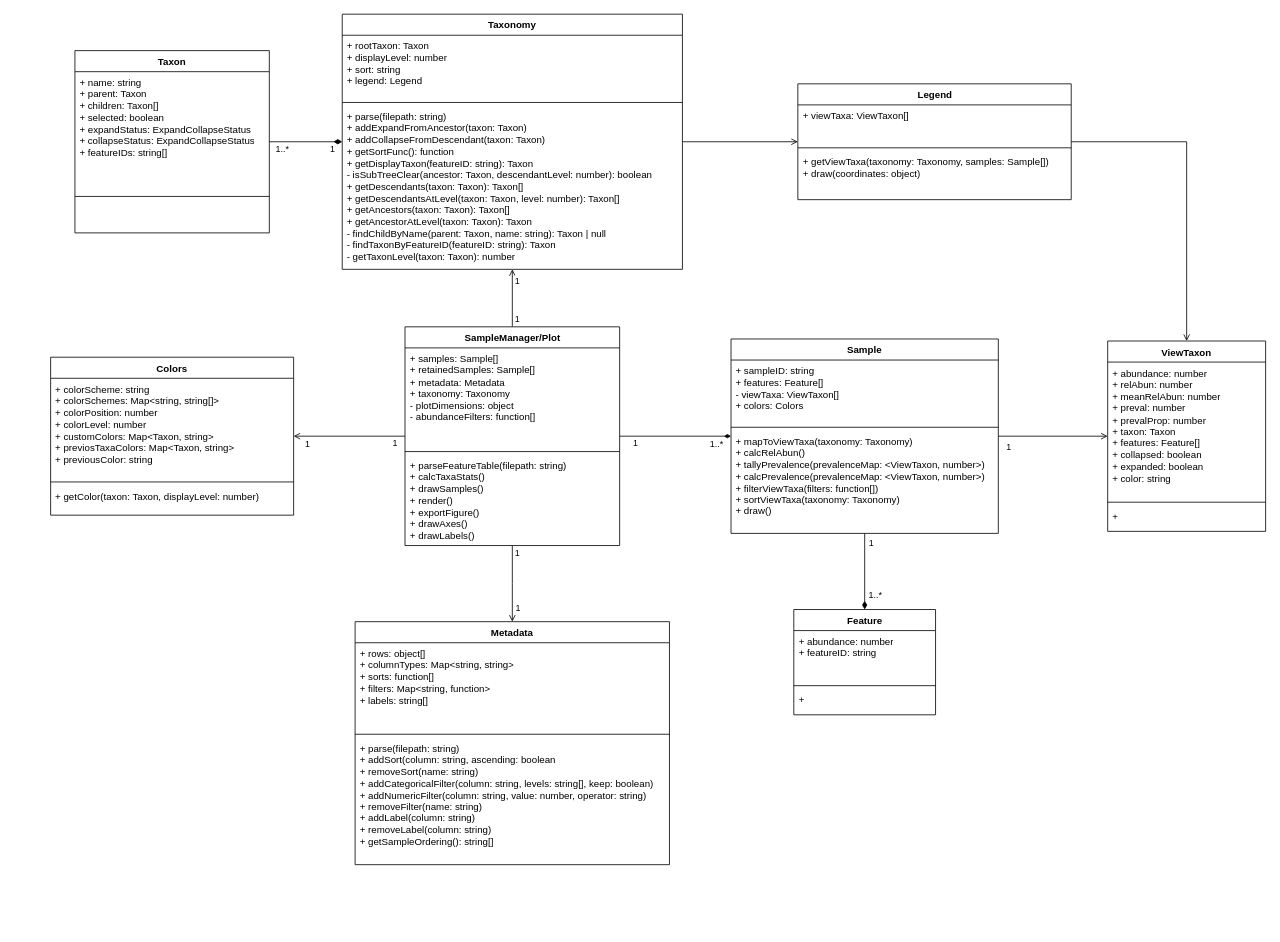
colinvwood/taxa-barplot keeps this draw.io diagram as docs/TaxaBarplotClasses.drawio. Above is the earlier version. Source tidied: cells renumbered, new cells numbered last; positions are measured from the earlier drawing's top-left corner, leaving out a move shared by most shapes. Both pictures are drawn from the tidied source at 81%, with x=0, y=0 at pixel (50, 14).
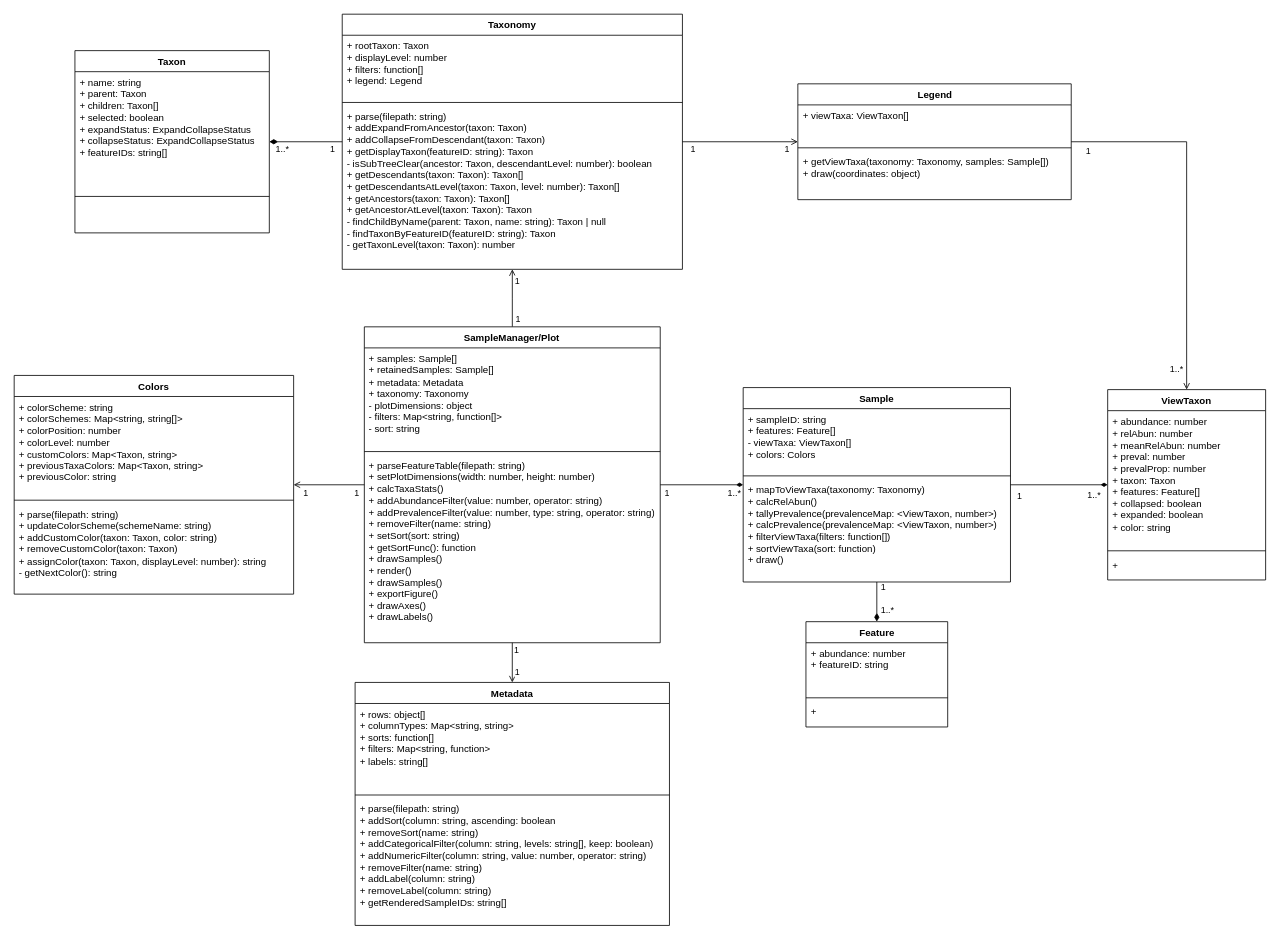
The same diagram, later.

Commit message:
view taxa filters and sorts in SampleManager, various renamings

The change refers to these unchanged cells:
```xml
<mxCell id="2" value="Taxon" style="swimlane;fontStyle=1;align=center;verticalAlign=top;horizontal=1;startSize=26;whiteSpace=wrap;html=1;" parent="1" vertex="1">
  <mxGeometry x="30" y="45" width="240" height="225" as="geometry" />
</mxCell>
<mxCell id="8" style="edgeStyle=orthogonalEdgeStyle;rounded=0;jettySize=auto;html=1;endArrow=open;endFill=0;" parent="1" edge="1" source="9" target="51">
  <mxGeometry relative="1" as="geometry" />
</mxCell>
<mxCell id="9" value="Taxonomy" style="swimlane;fontStyle=1;align=center;verticalAlign=top;horizontal=1;startSize=26;whiteSpace=wrap;html=1;" parent="1" vertex="1">
  <mxGeometry x="360" width="420" height="315" as="geometry" />
</mxCell>
<mxCell id="13" style="edgeStyle=orthogonalEdgeStyle;rounded=0;jettySize=auto;html=1;endArrow=diamondThin;endFill=1;startFill=0;startArrow=none;" parent="1" edge="1" source="25" target="34">
  <mxGeometry relative="1" as="geometry" />
</mxCell>
<mxCell id="16" style="edgeStyle=orthogonalEdgeStyle;rounded=0;jettySize=auto;html=1;endArrow=open;endFill=0;" parent="1" edge="1" source="25" target="9">
  <mxGeometry relative="1" as="geometry" />
</mxCell>
<mxCell id="19" style="edgeStyle=orthogonalEdgeStyle;rounded=0;jettySize=auto;html=1;endArrow=open;endFill=0;" parent="1" edge="1" source="25" target="46">
  <mxGeometry relative="1" as="geometry" />
</mxCell>
<mxCell id="22" style="edgeStyle=orthogonalEdgeStyle;rounded=0;jettySize=auto;html=1;endArrow=open;endFill=0;" parent="1" edge="1" source="25" target="55">
  <mxGeometry relative="1" as="geometry" />
</mxCell>
<mxCell id="50" style="edgeStyle=orthogonalEdgeStyle;rounded=0;jettySize=auto;html=1;endArrow=open;endFill=0;" parent="1" edge="1" source="51" target="42">
  <mxGeometry relative="1" as="geometry" />
</mxCell>
```

Change to the diagram source:
```diff
@@
-    <mxCell id="5" style="edgeStyle=orthogonalEdgeStyle;rounded=0;jettySize=auto;html=1;startArrow=diamondThin;startFill=1;endArrow=none;endSize=8;startSize=8;" parent="1" edge="1" source="9" target="2">
+    <mxCell id="5" style="edgeStyle=orthogonalEdgeStyle;rounded=0;jettySize=auto;html=1;startArrow=none;startFill=0;endArrow=diamondThin;endSize=8;startSize=8;endFill=1;" parent="1" edge="1" source="9" target="2">
       <mxGeometry relative="1" as="geometry" />
     </mxCell>
@@
+    <mxCell id="59" value="1" style="edgeLabel;html=1;align=center;verticalAlign=middle;" parent="8" vertex="1">
+      <mxGeometry x="-0.83" relative="1" as="geometry">
+        <mxPoint y="9" as="offset" />
+      </mxGeometry>
+    </mxCell>
+    <mxCell id="60" value="1" style="edgeLabel;html=1;align=center;verticalAlign=middle;" parent="8" vertex="1">
+      <mxGeometry x="0.79" y="1" relative="1" as="geometry">
+        <mxPoint y="10" as="offset" />
+      </mxGeometry>
+    </mxCell>
@@
-    <mxCell id="10" value="&lt;div&gt;+ rootTaxon: Taxon&lt;/div&gt;+ displayLevel: number&lt;div&gt;+ sort: string&lt;/div&gt;&lt;div&gt;+ legend: Legend&lt;/div&gt;" style="text;strokeColor=none;fillColor=none;align=left;verticalAlign=top;spacingLeft=4;spacingRight=4;overflow=hidden;whiteSpace=wrap;html=1;" parent="9" vertex="1">
+    <mxCell id="10" value="&lt;div&gt;+ rootTaxon: Taxon&lt;/div&gt;+ displayLevel: number&lt;div&gt;+ filters: function[]&lt;/div&gt;&lt;div&gt;+ legend: Legend&lt;/div&gt;" style="text;strokeColor=none;fillColor=none;align=left;verticalAlign=top;spacingLeft=4;spacingRight=4;overflow=hidden;whiteSpace=wrap;html=1;" parent="9" vertex="1">
       <mxGeometry y="26" width="420" height="79" as="geometry" />
     </mxCell>
@@
-    <mxCell id="12" value="&lt;div&gt;+ parse(filepath: string)&lt;/div&gt;+ addExpandFromAncestor(taxon: Taxon)&lt;div&gt;+ addCollapseFromDescendant(taxon: Taxon)&lt;/div&gt;&lt;div&gt;+ getSortFunc(): function&lt;/div&gt;&lt;div&gt;+ getDisplayTaxon(featureID: string): Taxon&lt;/div&gt;&lt;div&gt;- isSubTreeClear(ancestor: Taxon, descendantLevel: number): boolean&lt;/div&gt;&lt;div&gt;+ getDescendants(taxon: Taxon): Taxon[]&lt;/div&gt;&lt;div&gt;+ getDescendantsAtLevel(taxon: Taxon, level: number): Taxon[]&lt;/div&gt;&lt;div&gt;+ getAncestors(taxon: Taxon): Taxon[]&lt;/div&gt;&lt;div&gt;+ getAncestorAtLevel(taxon: Taxon): Taxon&lt;/div&gt;&lt;div&gt;- findChildByName(parent: Taxon, name: string): Taxon | null&lt;/div&gt;&lt;div&gt;- findTaxonByFeatureID(featureID: string): Taxon&lt;/div&gt;&lt;div&gt;- getTaxonLevel(taxon: Taxon): number&lt;/div&gt;&lt;div&gt;&lt;br&gt;&lt;/div&gt;" style="text;strokeColor=none;fillColor=none;align=left;verticalAlign=top;spacingLeft=4;spacingRight=4;overflow=hidden;whiteSpace=wrap;html=1;" parent="9" vertex="1">
+    <mxCell id="12" value="&lt;div&gt;+ parse(filepath: string)&lt;/div&gt;+ addExpandFromAncestor(taxon: Taxon)&lt;div&gt;+ addCollapseFromDescendant(taxon: Taxon)&lt;/div&gt;&lt;div&gt;+ getDisplayTaxon(featureID: string): Taxon&lt;/div&gt;&lt;div&gt;- isSubTreeClear(ancestor: Taxon, descendantLevel: number): boolean&lt;/div&gt;&lt;div&gt;+ getDescendants(taxon: Taxon): Taxon[]&lt;/div&gt;&lt;div&gt;+ getDescendantsAtLevel(taxon: Taxon, level: number): Taxon[]&lt;/div&gt;&lt;div&gt;+ getAncestors(taxon: Taxon): Taxon[]&lt;/div&gt;&lt;div&gt;+ getAncestorAtLevel(taxon: Taxon): Taxon&lt;/div&gt;&lt;div&gt;- findChildByName(parent: Taxon, name: string): Taxon | null&lt;/div&gt;&lt;div&gt;- findTaxonByFeatureID(featureID: string): Taxon&lt;/div&gt;&lt;div&gt;- getTaxonLevel(taxon: Taxon): number&lt;/div&gt;&lt;div&gt;&lt;br&gt;&lt;/div&gt;" style="text;strokeColor=none;fillColor=none;align=left;verticalAlign=top;spacingLeft=4;spacingRight=4;overflow=hidden;whiteSpace=wrap;html=1;" parent="9" vertex="1">
       <mxGeometry y="113" width="420" height="202" as="geometry" />
     </mxCell>
@@
     <mxCell id="15" value="1" style="edgeLabel;html=1;align=center;verticalAlign=middle;labelBorderColor=none;" parent="13" vertex="1">
       <mxGeometry x="-0.71" y="1" relative="1" as="geometry">
-        <mxPoint x="-1" y="9" as="offset" />
+        <mxPoint x="-7" y="10" as="offset" />
       </mxGeometry>
     </mxCell>
@@
     <mxCell id="18" value="1" style="edgeLabel;html=1;align=center;verticalAlign=middle;" parent="16" vertex="1">
       <mxGeometry x="-0.87" y="1" relative="1" as="geometry">
-        <mxPoint x="6" y="-5" as="offset" />
+        <mxPoint x="7" y="-6" as="offset" />
       </mxGeometry>
     </mxCell>
@@
     <mxCell id="20" value="1" style="edgeLabel;html=1;align=center;verticalAlign=middle;" parent="19" vertex="1">
       <mxGeometry x="-0.81" y="-1" relative="1" as="geometry">
-        <mxPoint x="6" as="offset" />
+        <mxPoint x="6" y="3" as="offset" />
       </mxGeometry>
     </mxCell>
     <mxCell id="21" value="1" style="edgeLabel;html=1;align=center;verticalAlign=middle;" parent="19" vertex="1">
       <mxGeometry x="0.71" relative="1" as="geometry">
-        <mxPoint x="6" y="-4" as="offset" />
+        <mxPoint x="6" y="-7" as="offset" />
       </mxGeometry>
     </mxCell>
@@
     <mxCell id="24" value="1" style="edgeLabel;html=1;align=center;verticalAlign=middle;" parent="22" vertex="1">
       <mxGeometry x="-0.82" relative="1" as="geometry">
-        <mxPoint x="-1" y="8" as="offset" />
+        <mxPoint x="-2" y="9" as="offset" />
       </mxGeometry>
     </mxCell>
     <mxCell id="25" value="SampleManager/Plot" style="swimlane;fontStyle=1;align=center;verticalAlign=top;horizontal=1;startSize=26;whiteSpace=wrap;html=1;" parent="1" vertex="1">
-      <mxGeometry x="437.5" y="386" width="265" height="270" as="geometry" />
+      <mxGeometry x="387.3" y="386" width="365.3" height="390" as="geometry" />
     </mxCell>
-    <mxCell id="26" value="&lt;div&gt;+ samples: Sample[]&lt;/div&gt;&lt;div&gt;+ retainedSamples: Sample[]&lt;/div&gt;&lt;div&gt;+ metadata: Metadata&lt;/div&gt;&lt;div&gt;+ taxonomy: Taxonomy&lt;/div&gt;&lt;div&gt;- plotDimensions: object&lt;/div&gt;- abundanceFilters: function[]&lt;div&gt;&lt;br&gt;&lt;/div&gt;" style="text;strokeColor=none;fillColor=none;align=left;verticalAlign=top;spacingLeft=4;spacingRight=4;overflow=hidden;whiteSpace=wrap;html=1;" parent="25" vertex="1">
-      <mxGeometry y="26" width="265" height="124" as="geometry" />
+    <mxCell id="26" value="&lt;div&gt;+ samples: Sample[]&lt;/div&gt;&lt;div&gt;+ retainedSamples: Sample[]&lt;/div&gt;&lt;div&gt;+ metadata: Metadata&lt;/div&gt;&lt;div&gt;+ taxonomy: Taxonomy&lt;/div&gt;&lt;div&gt;- plotDimensions: object&lt;/div&gt;- filters: Map&amp;lt;string, function[]&amp;gt;&lt;div&gt;- sort: string&lt;br&gt;&lt;div&gt;&lt;br&gt;&lt;/div&gt;&lt;/div&gt;" style="text;strokeColor=none;fillColor=none;align=left;verticalAlign=top;spacingLeft=4;spacingRight=4;overflow=hidden;whiteSpace=wrap;html=1;" parent="25" vertex="1">
+      <mxGeometry y="26" width="365.3" height="124" as="geometry" />
     </mxCell>
     <mxCell id="27" style="line;strokeWidth=1;fillColor=none;align=left;verticalAlign=middle;spacingTop=-1;spacingLeft=3;spacingRight=3;labelPosition=right;strokeColor=inherit;" parent="25" vertex="1">
-      <mxGeometry y="150" width="265" height="8" as="geometry" />
+      <mxGeometry y="150" width="365.3" height="8" as="geometry" />
     </mxCell>
-    <mxCell id="28" value="&lt;div&gt;+ parseFeatureTable(filepath: string)&lt;/div&gt;&lt;div&gt;+ calcTaxaStats()&lt;/div&gt;&lt;div&gt;+ drawSamples()&lt;/div&gt;&lt;div&gt;+ render()&lt;/div&gt;&lt;div&gt;+ exportFigure()&lt;br&gt;&lt;div&gt;+ drawAxes()&lt;/div&gt;&lt;/div&gt;&lt;div&gt;+ drawLabels()&lt;/div&gt;" style="text;strokeColor=none;fillColor=none;align=left;verticalAlign=top;spacingLeft=4;spacingRight=4;overflow=hidden;whiteSpace=wrap;html=1;" parent="25" vertex="1">
-      <mxGeometry y="158" width="265" height="112" as="geometry" />
+    <mxCell id="28" value="&lt;div&gt;+ parseFeatureTable(filepath: string)&lt;/div&gt;&lt;div&gt;+ setPlotDimensions(width: number, height: number)&lt;/div&gt;&lt;div&gt;+ calcTaxaStats()&lt;/div&gt;&lt;div&gt;+ addAbundanceFilter(value: number, operator: string)&lt;/div&gt;&lt;div&gt;+ addPrevalenceFilter(value: number, type: string, operator: string)&lt;/div&gt;&lt;div&gt;+ removeFilter(name: string)&lt;/div&gt;&lt;div&gt;+ setSort(sort: string)&lt;/div&gt;&lt;div&gt;+ getSortFunc(): function&lt;/div&gt;&lt;div&gt;+ drawSamples()&lt;/div&gt;&lt;div&gt;+ render()&lt;/div&gt;&lt;div&gt;+ drawSamples()&lt;/div&gt;&lt;div&gt;+ exportFigure()&lt;br&gt;&lt;div&gt;+ drawAxes()&lt;/div&gt;&lt;/div&gt;&lt;div&gt;+ drawLabels()&lt;/div&gt;" style="text;strokeColor=none;fillColor=none;align=left;verticalAlign=top;spacingLeft=4;spacingRight=4;overflow=hidden;whiteSpace=wrap;html=1;" parent="25" vertex="1">
+      <mxGeometry y="158" width="365.3" height="232" as="geometry" />
     </mxCell>
@@
-    <mxCell id="32" style="edgeStyle=orthogonalEdgeStyle;rounded=0;jettySize=auto;html=1;endArrow=open;endFill=0;" parent="1" edge="1" source="34" target="42">
+    <mxCell id="32" style="edgeStyle=orthogonalEdgeStyle;rounded=0;jettySize=auto;html=1;endArrow=diamondThin;endFill=1;" parent="1" edge="1" source="34" target="42">
       <mxGeometry relative="1" as="geometry" />
     </mxCell>
@@
+    <mxCell id="61" value="1..*" style="edgeLabel;html=1;align=center;verticalAlign=middle;" parent="32" vertex="1">
+      <mxGeometry x="0.7" y="-1" relative="1" as="geometry">
+        <mxPoint y="11" as="offset" />
+      </mxGeometry>
+    </mxCell>
     <mxCell id="34" value="Sample" style="swimlane;fontStyle=1;align=center;verticalAlign=top;horizontal=1;startSize=26;whiteSpace=wrap;html=1;" parent="1" vertex="1">
-      <mxGeometry x="840" y="401" width="330" height="240" as="geometry" />
+      <mxGeometry x="855" y="461" width="330" height="240" as="geometry" />
     </mxCell>
@@
-    <mxCell id="37" value="&lt;div&gt;+ mapToViewTaxa(taxonomy: Taxonomy)&lt;/div&gt;&lt;div&gt;+ calcRelAbun()&lt;/div&gt;&lt;div&gt;+ tallyPrevalence(prevalenceMap: &amp;lt;ViewTaxon, number&amp;gt;)&lt;/div&gt;&lt;div&gt;+ calcPrevalence(prevalenceMap: &amp;lt;ViewTaxon, number&amp;gt;)&lt;/div&gt;&lt;div&gt;+ filterViewTaxa(filters: function[])&lt;/div&gt;&lt;div&gt;+ sortViewTaxa(taxonomy: Taxonomy)&lt;/div&gt;&lt;div&gt;+ draw()&lt;/div&gt;&lt;div&gt;&lt;br&gt;&lt;/div&gt;" style="text;strokeColor=none;fillColor=none;align=left;verticalAlign=top;spacingLeft=4;spacingRight=4;overflow=hidden;whiteSpace=wrap;html=1;" parent="34" vertex="1">
+    <mxCell id="37" value="&lt;div&gt;+ mapToViewTaxa(taxonomy: Taxonomy)&lt;/div&gt;&lt;div&gt;+ calcRelAbun()&lt;/div&gt;&lt;div&gt;+ tallyPrevalence(prevalenceMap: &amp;lt;ViewTaxon, number&amp;gt;)&lt;/div&gt;&lt;div&gt;+ calcPrevalence(prevalenceMap: &amp;lt;ViewTaxon, number&amp;gt;)&lt;/div&gt;&lt;div&gt;+ filterViewTaxa(filters: function[])&lt;/div&gt;&lt;div&gt;+ sortViewTaxa(sort: function)&lt;/div&gt;&lt;div&gt;+ draw()&lt;/div&gt;&lt;div&gt;&lt;br&gt;&lt;/div&gt;" style="text;strokeColor=none;fillColor=none;align=left;verticalAlign=top;spacingLeft=4;spacingRight=4;overflow=hidden;whiteSpace=wrap;html=1;" parent="34" vertex="1">
       <mxGeometry y="113" width="330" height="127" as="geometry" />
     </mxCell>
     <mxCell id="38" value="Feature" style="swimlane;fontStyle=1;align=center;verticalAlign=top;horizontal=1;startSize=26;whiteSpace=wrap;html=1;" parent="1" vertex="1">
-      <mxGeometry x="917.5" y="735" width="175" height="130" as="geometry" />
+      <mxGeometry x="932.5" y="750" width="175" height="130" as="geometry" />
     </mxCell>
@@
     <mxCell id="42" value="ViewTaxon" style="swimlane;fontStyle=1;align=center;verticalAlign=top;horizontal=1;startSize=26;whiteSpace=wrap;html=1;" parent="1" vertex="1">
-      <mxGeometry x="1305" y="403.5" width="195" height="235" as="geometry" />
+      <mxGeometry x="1305" y="463.5" width="195" height="235" as="geometry" />
     </mxCell>
@@
     <mxCell id="46" value="Metadata" style="swimlane;fontStyle=1;align=center;verticalAlign=top;horizontal=1;startSize=26;whiteSpace=wrap;html=1;" parent="1" vertex="1">
-      <mxGeometry x="375.9" y="750" width="388.1" height="300" as="geometry" />
+      <mxGeometry x="375.9" y="825" width="388.1" height="300" as="geometry" />
     </mxCell>
@@
-    <mxCell id="49" value="&lt;div&gt;+ parse(filepath: string)&lt;/div&gt;&lt;div&gt;+ addSort(column: string, ascending: boolean&lt;/div&gt;&lt;div&gt;+ removeSort(name: string)&lt;/div&gt;&lt;div&gt;+ addCategoricalFilter(column: string, levels: string[], keep: boolean)&lt;/div&gt;&lt;div&gt;+ addNumericFilter(column: string, value: number, operator: string)&lt;/div&gt;&lt;div&gt;+ removeFilter(name: string)&lt;/div&gt;&lt;div&gt;+ addLabel(column: string)&lt;/div&gt;&lt;div&gt;+ removeLabel(column: string)&lt;/div&gt;+ getSampleOrdering(): string[]" style="text;strokeColor=none;fillColor=none;align=left;verticalAlign=top;spacingLeft=4;spacingRight=4;overflow=hidden;whiteSpace=wrap;html=1;" parent="46" vertex="1">
+    <mxCell id="49" value="&lt;div&gt;+ parse(filepath: string)&lt;/div&gt;&lt;div&gt;+ addSort(column: string, ascending: boolean&lt;/div&gt;&lt;div&gt;+ removeSort(name: string)&lt;/div&gt;&lt;div&gt;+ addCategoricalFilter(column: string, levels: string[], keep: boolean)&lt;/div&gt;&lt;div&gt;+ addNumericFilter(column: string, value: number, operator: string)&lt;/div&gt;&lt;div&gt;+ removeFilter(name: string)&lt;/div&gt;&lt;div&gt;+ addLabel(column: string)&lt;/div&gt;&lt;div&gt;+ removeLabel(column: string)&lt;/div&gt;+ getRenderedSampleIDs: string[]" style="text;strokeColor=none;fillColor=none;align=left;verticalAlign=top;spacingLeft=4;spacingRight=4;overflow=hidden;whiteSpace=wrap;html=1;" parent="46" vertex="1">
       <mxGeometry y="143" width="388.1" height="157" as="geometry" />
     </mxCell>
@@
+    <mxCell id="62" value="1" style="edgeLabel;html=1;align=center;verticalAlign=middle;" parent="50" vertex="1">
+      <mxGeometry x="-0.92" y="-1" relative="1" as="geometry">
+        <mxPoint x="2" y="10" as="offset" />
+      </mxGeometry>
+    </mxCell>
+    <mxCell id="63" value="1..*" style="edgeLabel;html=1;align=center;verticalAlign=middle;" parent="50" vertex="1">
+      <mxGeometry x="0.88" relative="1" as="geometry">
+        <mxPoint x="-13" as="offset" />
+      </mxGeometry>
+    </mxCell>
@@
     <mxCell id="55" value="Colors" style="swimlane;fontStyle=1;align=center;verticalAlign=top;horizontal=1;startSize=26;whiteSpace=wrap;html=1;" parent="1" vertex="1">
-      <mxGeometry y="423.5" width="300" height="195" as="geometry" />
+      <mxGeometry x="-45" y="446" width="345" height="270" as="geometry" />
     </mxCell>
-    <mxCell id="56" value="+ colorScheme: string&lt;div&gt;+ colorSchemes: Map&amp;lt;string, string[]&amp;gt;&lt;br&gt;&lt;div&gt;+ colorPosition: number&lt;br&gt;&lt;div&gt;+ colorLevel: number&lt;/div&gt;&lt;div&gt;+ customColors: Map&amp;lt;Taxon, string&amp;gt;&lt;/div&gt;&lt;/div&gt;&lt;/div&gt;&lt;div&gt;+ previosTaxaColors: Map&amp;lt;Taxon, string&amp;gt;&lt;/div&gt;&lt;div&gt;+ previousColor: string&lt;/div&gt;" style="text;strokeColor=none;fillColor=none;align=left;verticalAlign=top;spacingLeft=4;spacingRight=4;overflow=hidden;whiteSpace=wrap;html=1;" parent="55" vertex="1">
-      <mxGeometry y="26" width="300" height="124" as="geometry" />
+    <mxCell id="56" value="+ colorScheme: string&lt;div&gt;+ colorSchemes: Map&amp;lt;string, string[]&amp;gt;&lt;br&gt;&lt;div&gt;+ colorPosition: number&lt;br&gt;&lt;div&gt;+ colorLevel: number&lt;/div&gt;&lt;div&gt;+ customColors: Map&amp;lt;Taxon, string&amp;gt;&lt;/div&gt;&lt;/div&gt;&lt;/div&gt;&lt;div&gt;+ previousTaxaColors: Map&amp;lt;Taxon, string&amp;gt;&lt;/div&gt;&lt;div&gt;+ previousColor: string&lt;/div&gt;" style="text;strokeColor=none;fillColor=none;align=left;verticalAlign=top;spacingLeft=4;spacingRight=4;overflow=hidden;whiteSpace=wrap;html=1;" parent="55" vertex="1">
+      <mxGeometry y="26" width="345" height="124" as="geometry" />
     </mxCell>
     <mxCell id="57" style="line;strokeWidth=1;fillColor=none;align=left;verticalAlign=middle;spacingTop=-1;spacingLeft=3;spacingRight=3;labelPosition=right;strokeColor=inherit;" parent="55" vertex="1">
-      <mxGeometry y="150" width="300" height="8" as="geometry" />
+      <mxGeometry y="150" width="345" height="8" as="geometry" />
     </mxCell>
-    <mxCell id="58" value="+ getColor(taxon: Taxon, displayLevel: number)&amp;nbsp;" style="text;strokeColor=none;fillColor=none;align=left;verticalAlign=top;spacingLeft=4;spacingRight=4;overflow=hidden;whiteSpace=wrap;html=1;" parent="55" vertex="1">
-      <mxGeometry y="158" width="300" height="37" as="geometry" />
+    <mxCell id="58" value="&lt;div&gt;+ parse(filepath: string)&lt;/div&gt;&lt;div&gt;+ updateColorScheme(schemeName: string)&lt;/div&gt;&lt;div&gt;+ addCustomColor(taxon: Taxon, color: string)&lt;/div&gt;&lt;div&gt;+ removeCustomColor(taxon: Taxon)&lt;/div&gt;&lt;div&gt;+ assignColor(taxon: Taxon, displayLevel: number): string&lt;/div&gt;&lt;div&gt;- getNextColor(): string&lt;/div&gt;" style="text;strokeColor=none;fillColor=none;align=left;verticalAlign=top;spacingLeft=4;spacingRight=4;overflow=hidden;whiteSpace=wrap;html=1;" parent="55" vertex="1">
+      <mxGeometry y="158" width="345" height="112" as="geometry" />
     </mxCell>
```
